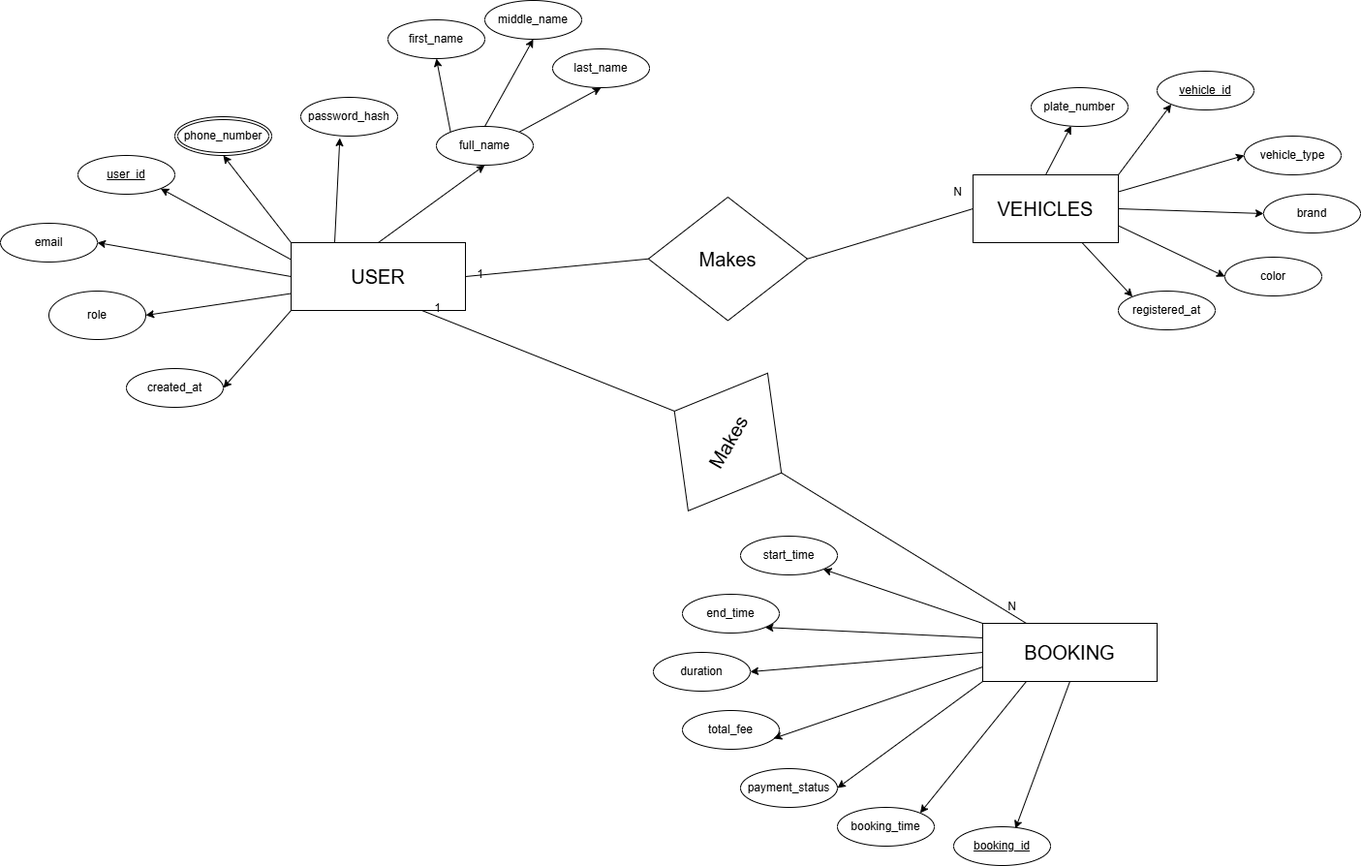
Before: diagrams/erd.png, a diagram exported from draw.io (A-proG-spec/AASTU-DB-Project-Group-2). Source tidied: cells renumbered, new cells last; positions are measured from the earlier drawing's top-left corner, leaving out a move shared by most shapes.
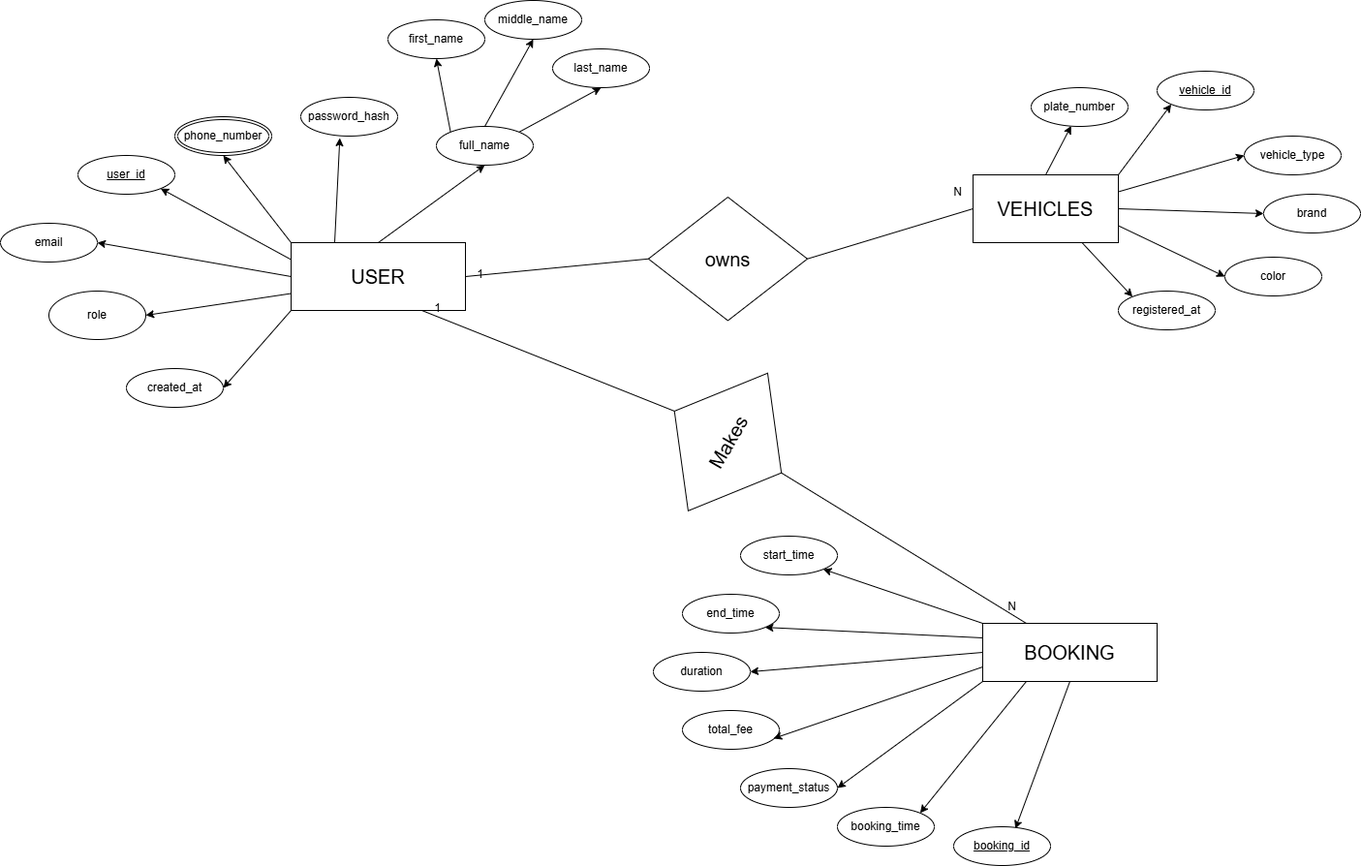
After the change.

Change to the diagram source:
```diff
@@ -176,7 +176,7 @@
         <mxPoint x="20" y="5" as="offset" />
       </mxGeometry>
     </mxCell>
-    <mxCell id="58" value="&lt;font style=&quot;font-size: 20px;&quot;&gt;Makes&lt;/font&gt;" style="shape=rhombus;perimeter=rhombusPerimeter;whiteSpace=wrap;html=1;align=center;rotation=0;" parent="1" vertex="1">
+    <mxCell id="58" value="&lt;span style=&quot;font-size: 20px;&quot;&gt;owns&lt;/span&gt;" style="shape=rhombus;perimeter=rhombusPerimeter;whiteSpace=wrap;html=1;align=center;rotation=0;" parent="1" vertex="1">
       <mxGeometry x="668.9" y="203" width="164.1" height="127.5" as="geometry" />
     </mxCell>
     <mxCell id="59" style="endArrow=none;html=1;rounded=0;entryX=0;entryY=0.5;entryDx=0;entryDy=0;exitX=1;exitY=0.5;exitDx=0;exitDy=0;" parent="1" edge="1" source="58" target="44">
```
